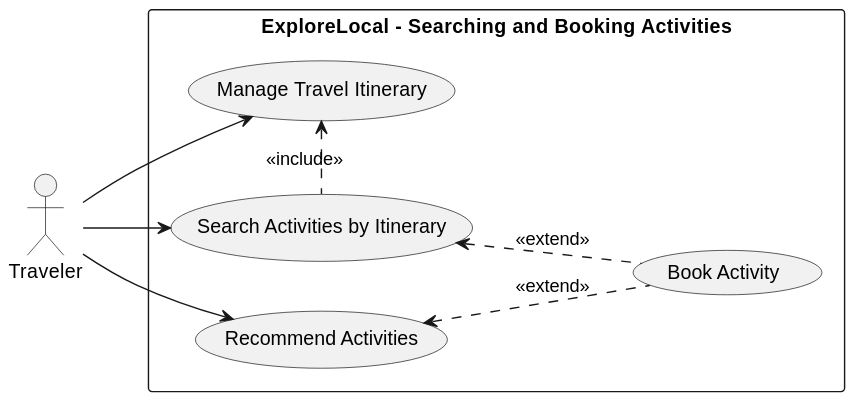
martinnec/course-introduction-to-software-engineering keeps this PlantUML diagram as documentation/uml/uml-usecase-01-searching-and-booking-activities.svg. Above is the earlier version. The source it was exported from:
```plantuml
@startuml
left to right direction
actor "Traveler" as AC_T
rectangle "ExploreLocal - Searching and Booking Activities" {
    usecase "Manage Travel Itinerary" as UC_MTI
    usecase "Search Activities by Itinerary" as UC_SAI
    usecase "Recommend Activities" as UC_RA
    usecase "Book Activity" as UC_BA
}
UC_SAI .l.> UC_MTI : <<include>>
UC_BA .u.> UC_SAI : <<extend>>
UC_BA .u.> UC_RA : <<extend>>
AC_T --> UC_MTI
AC_T --> UC_SAI
AC_T --> UC_RA
@enduml
```
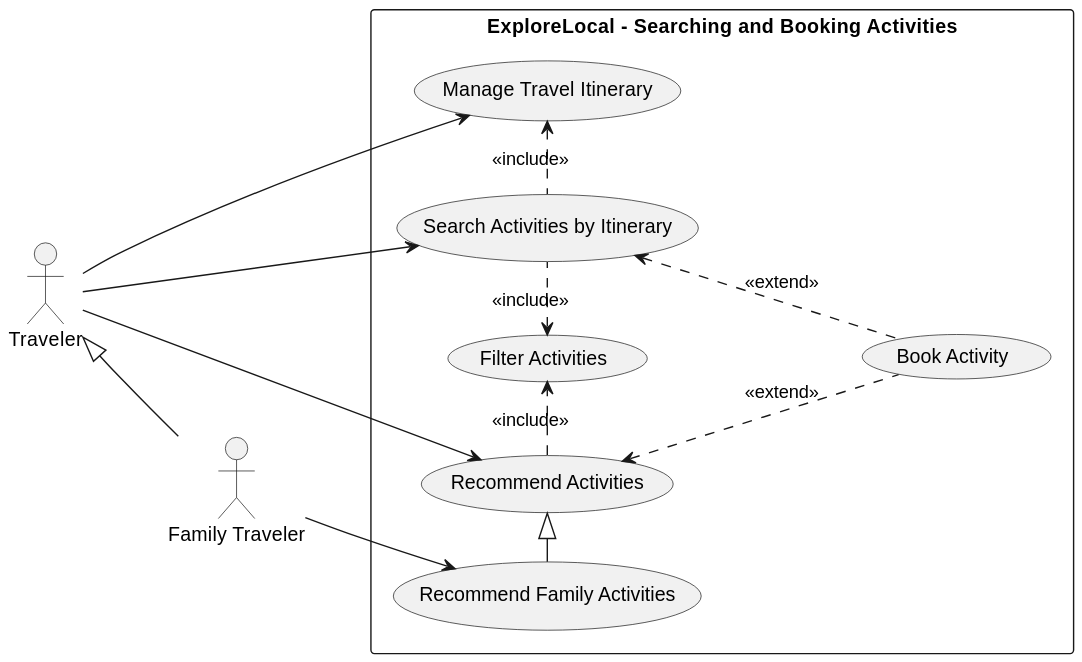
Later version of the same file.

Commit message:
UML use case diagram update

Diff of the diagram source:
```diff
@@ -1,16 +1,24 @@
 @startuml
 left to right direction
 actor "Traveler" as AC_T
+actor "Family Traveler" as AC_FT
 rectangle "ExploreLocal - Searching and Booking Activities" {
     usecase "Manage Travel Itinerary" as UC_MTI
     usecase "Search Activities by Itinerary" as UC_SAI
     usecase "Recommend Activities" as UC_RA
+    usecase "Recommend Family Activities" as UC_RFA
     usecase "Book Activity" as UC_BA
+    usecase "Filter Activities" AS UC_FA
 }
 UC_SAI .l.> UC_MTI : <<include>>
 UC_BA .u.> UC_SAI : <<extend>>
 UC_BA .u.> UC_RA : <<extend>>
+UC_SAI .l.> UC_FA : <<include>>
+UC_RA .r.> UC_FA : <<include>>
+UC_RFA -r-|> UC_RA
 AC_T --> UC_MTI
 AC_T --> UC_SAI
 AC_T --> UC_RA
+AC_FT -u-|> AC_T
+AC_FT --> UC_RFA
 @enduml
```
